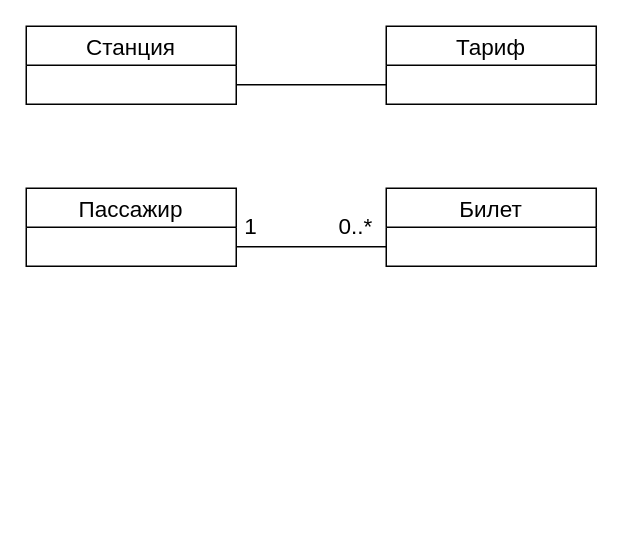
The draw.io diagram Диаграмма без названия.drawio in novikovikbo/homework, before the edit. Source tidied: cells renumbered, new cells numbered last; positions are measured from the earlier drawing's top-left corner, leaving out a move shared by most shapes. Both pictures are drawn from the tidied source at 150%, with x=0, y=0 at pixel (26, 26).
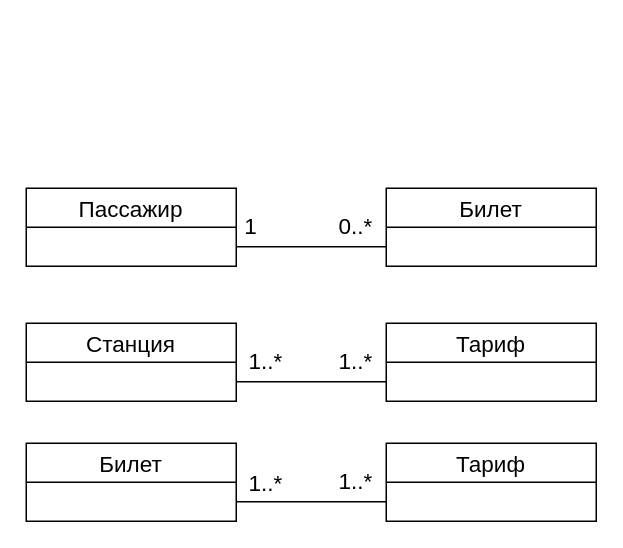
The same diagram, later.

Change to the diagram source:
```diff
@@
 <mxGraphModel>
   <root>
     <mxCell id="0" />
     <mxCell id="1" parent="0" />
     <mxCell id="2" style="edgeStyle=orthogonalEdgeStyle;rounded=0;jettySize=auto;html=1;exitX=1;exitY=0.75;exitDx=0;exitDy=0;entryX=0;entryY=0.75;entryDx=0;entryDy=0;endArrow=none;endFill=0;fontSize=15;" parent="1" edge="1" source="3" target="4">
       <mxGeometry relative="1" as="geometry" />
     </mxCell>
     <mxCell id="3" value="Пассажир" style="swimlane;fontStyle=0;horizontal=1;startSize=26;fillColor=none;fontSize=15;" parent="1" vertex="1">
       <mxGeometry y="108" width="140" height="52" as="geometry" />
     </mxCell>
     <mxCell id="4" value="Билет" style="swimlane;fontStyle=0;horizontal=1;startSize=26;fillColor=none;fontSize=15;" parent="1" vertex="1">
       <mxGeometry x="240" y="108" width="140" height="52" as="geometry" />
     </mxCell>
     <mxCell id="5" value="Тариф" style="swimlane;fontStyle=0;horizontal=1;startSize=26;fillColor=none;fontSize=15;" parent="1" vertex="1">
-      <mxGeometry x="240" width="140" height="52" as="geometry" />
+      <mxGeometry x="240" y="198" width="140" height="52" as="geometry" />
     </mxCell>
     <mxCell id="6" value="Станция" style="swimlane;fontStyle=0;horizontal=1;startSize=26;fillColor=none;fontSize=15;" parent="1" vertex="1">
-      <mxGeometry width="140" height="52" as="geometry" />
+      <mxGeometry y="198" width="140" height="52" as="geometry" />
     </mxCell>
     <mxCell id="7" style="edgeStyle=orthogonalEdgeStyle;rounded=0;orthogonalLoop=1;jettySize=auto;html=1;exitX=1;exitY=0.5;exitDx=0;exitDy=0;endArrow=none;endFill=0;fontSize=15;" parent="1" edge="1">
       <mxGeometry relative="1" as="geometry">
-        <mxPoint x="140" y="39" as="sourcePoint" />
-        <mxPoint x="240" y="39" as="targetPoint" />
+        <mxPoint x="140" y="237" as="sourcePoint" />
+        <mxPoint x="240" y="237" as="targetPoint" />
       </mxGeometry>
     </mxCell>
     <mxCell id="8" value="1" style="text;html=1;strokeColor=none;fillColor=none;align=center;verticalAlign=middle;whiteSpace=wrap;rounded=0;fontSize=15;" parent="1" vertex="1">
       <mxGeometry x="120" y="118" width="60" height="30" as="geometry" />
     </mxCell>
     <mxCell id="9" value="0..*" style="text;html=1;strokeColor=none;fillColor=none;align=center;verticalAlign=middle;whiteSpace=wrap;rounded=0;fontSize=15;" parent="1" vertex="1">
       <mxGeometry x="190" y="118" width="60" height="30" as="geometry" />
     </mxCell>
+    <mxCell id="10" value="1..*" style="text;html=1;strokeColor=none;fillColor=none;align=center;verticalAlign=middle;whiteSpace=wrap;rounded=0;fontSize=15;" parent="1" vertex="1">
+      <mxGeometry x="130" y="208" width="60" height="30" as="geometry" />
+    </mxCell>
+    <mxCell id="11" value="1..*" style="text;html=1;strokeColor=none;fillColor=none;align=center;verticalAlign=middle;whiteSpace=wrap;rounded=0;fontSize=15;" parent="1" vertex="1">
+      <mxGeometry x="190" y="208" width="60" height="30" as="geometry" />
+    </mxCell>
+    <mxCell id="12" style="edgeStyle=orthogonalEdgeStyle;rounded=0;jettySize=auto;html=1;exitX=1;exitY=0.75;exitDx=0;exitDy=0;entryX=0;entryY=0.75;entryDx=0;entryDy=0;fontSize=15;endArrow=none;endFill=0;" parent="1" edge="1" source="13" target="14">
+      <mxGeometry relative="1" as="geometry" />
+    </mxCell>
+    <mxCell id="13" value="Билет" style="swimlane;fontStyle=0;horizontal=1;startSize=26;fillColor=none;fontSize=15;" parent="1" vertex="1">
+      <mxGeometry y="278" width="140" height="52" as="geometry" />
+    </mxCell>
+    <mxCell id="14" value="Тариф" style="swimlane;fontStyle=0;horizontal=1;startSize=26;fillColor=none;fontSize=15;" parent="1" vertex="1">
+      <mxGeometry x="240" y="278" width="140" height="52" as="geometry" />
+    </mxCell>
+    <mxCell id="15" value="1..*" style="text;html=1;strokeColor=none;fillColor=none;align=center;verticalAlign=middle;whiteSpace=wrap;rounded=0;fontSize=15;" parent="1" vertex="1">
+      <mxGeometry x="130" y="289" width="60" height="30" as="geometry" />
+    </mxCell>
+    <mxCell id="16" value="1..*" style="text;html=1;strokeColor=none;fillColor=none;align=center;verticalAlign=middle;whiteSpace=wrap;rounded=0;fontSize=15;" parent="1" vertex="1">
+      <mxGeometry x="190" y="288" width="60" height="30" as="geometry" />
+    </mxCell>
   </root>
 </mxGraphModel>
```
